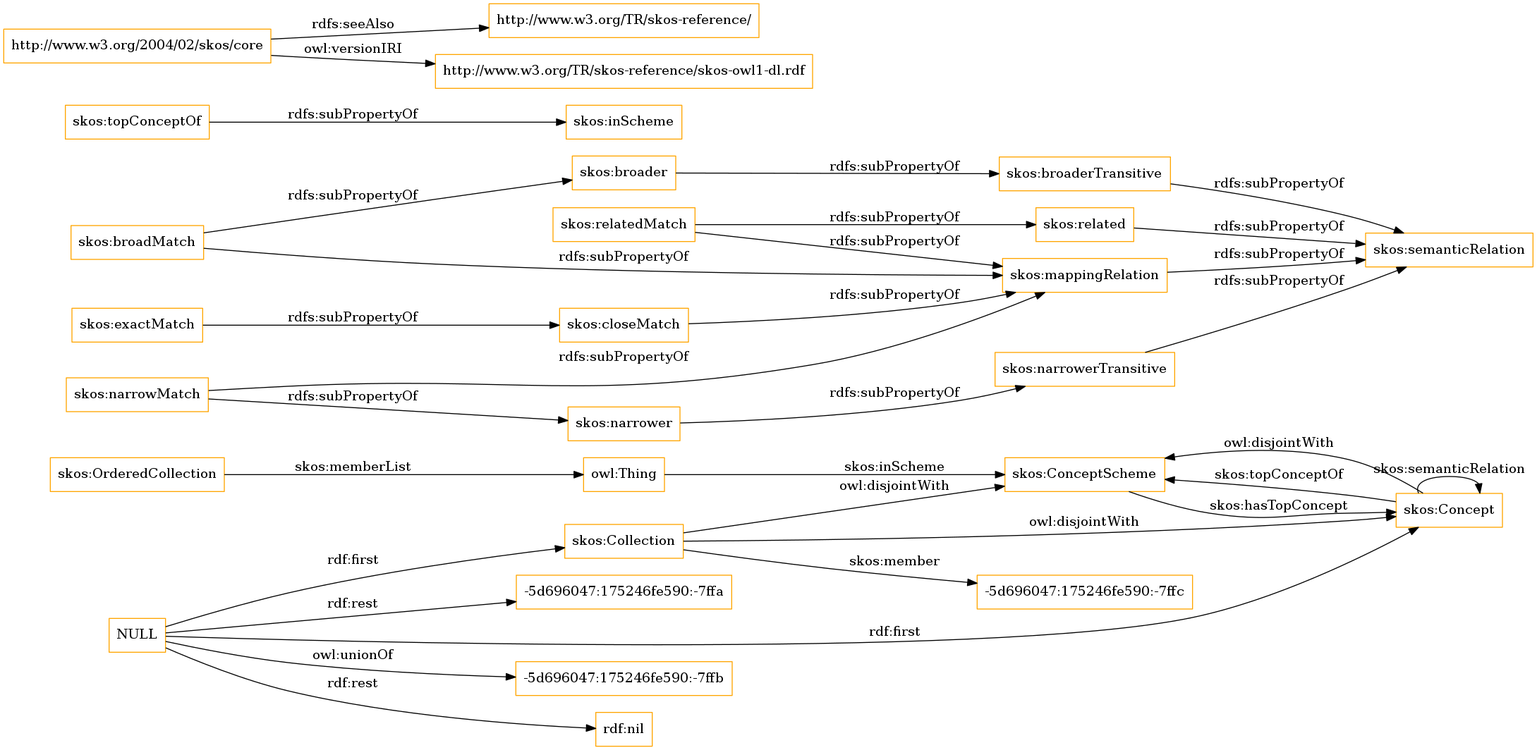
Above: OnToology/imports/skos.owl/diagrams/ar2dtool-class/skos.owl.png in OnToologyUser/core-ontology-1 (Graphviz), before the change. Its source is kept beside it as OnToology/imports/skos.owl/diagrams/ar2dtool-class/skos.owl.png.dot. Its diagram source:
```dot
digraph ar2dtool_diagram {
rankdir=LR;
size="1501"
node [shape = rectangle, color="orange"]; "skos:OrderedCollection" "skos:ConceptScheme" "skos:Concept" "skos:Collection" "-5d696047:175246fe590:-7ffc" ; /*classes style*/
	"skos:narrowerTransitive" -> "skos:semanticRelation" [ label = "rdfs:subPropertyOf" ];
	"NULL" -> "-5d696047:175246fe590:-7ffb" [ label = "owl:unionOf" ];
	"NULL" -> "rdf:nil" [ label = "rdf:rest" ];
	"NULL" -> "skos:Concept" [ label = "rdf:first" ];
	"NULL" -> "-5d696047:175246fe590:-7ffa" [ label = "rdf:rest" ];
	"NULL" -> "skos:Collection" [ label = "rdf:first" ];
	"skos:closeMatch" -> "skos:mappingRelation" [ label = "rdfs:subPropertyOf" ];
	"skos:Concept" -> "skos:ConceptScheme" [ label = "owl:disjointWith" ];
	"skos:relatedMatch" -> "skos:related" [ label = "rdfs:subPropertyOf" ];
	"skos:relatedMatch" -> "skos:mappingRelation" [ label = "rdfs:subPropertyOf" ];
	"skos:related" -> "skos:semanticRelation" [ label = "rdfs:subPropertyOf" ];
	"skos:topConceptOf" -> "skos:inScheme" [ label = "rdfs:subPropertyOf" ];
	"skos:broadMatch" -> "skos:mappingRelation" [ label = "rdfs:subPropertyOf" ];
	"skos:broadMatch" -> "skos:broader" [ label = "rdfs:subPropertyOf" ];
	"skos:exactMatch" -> "skos:closeMatch" [ label = "rdfs:subPropertyOf" ];
	"skos:broaderTransitive" -> "skos:semanticRelation" [ label = "rdfs:subPropertyOf" ];
	"skos:broader" -> "skos:broaderTransitive" [ label = "rdfs:subPropertyOf" ];
	"skos:mappingRelation" -> "skos:semanticRelation" [ label = "rdfs:subPropertyOf" ];
	"http://www.w3.org/2004/02/skos/core" -> "http://www.w3.org/TR/skos-reference/" [ label = "rdfs:seeAlso" ];
	"http://www.w3.org/2004/02/skos/core" -> "http://www.w3.org/TR/skos-reference/skos-owl1-dl.rdf" [ label = "owl:versionIRI" ];
	"skos:Collection" -> "skos:ConceptScheme" [ label = "owl:disjointWith" ];
	"skos:Collection" -> "skos:Concept" [ label = "owl:disjointWith" ];
	"skos:narrower" -> "skos:narrowerTransitive" [ label = "rdfs:subPropertyOf" ];
	"skos:narrowMatch" -> "skos:narrower" [ label = "rdfs:subPropertyOf" ];
	"skos:narrowMatch" -> "skos:mappingRelation" [ label = "rdfs:subPropertyOf" ];
	"skos:OrderedCollection" -> "owl:Thing" [ label = "skos:memberList" ];
	"skos:Concept" -> "skos:ConceptScheme" [ label = "skos:topConceptOf" ];
	"skos:Concept" -> "skos:Concept" [ label = "skos:semanticRelation" ];
	"skos:Collection" -> "-5d696047:175246fe590:-7ffc" [ label = "skos:member" ];
	"skos:ConceptScheme" -> "skos:Concept" [ label = "skos:hasTopConcept" ];
	"owl:Thing" -> "skos:ConceptScheme" [ label = "skos:inScheme" ];

}
```
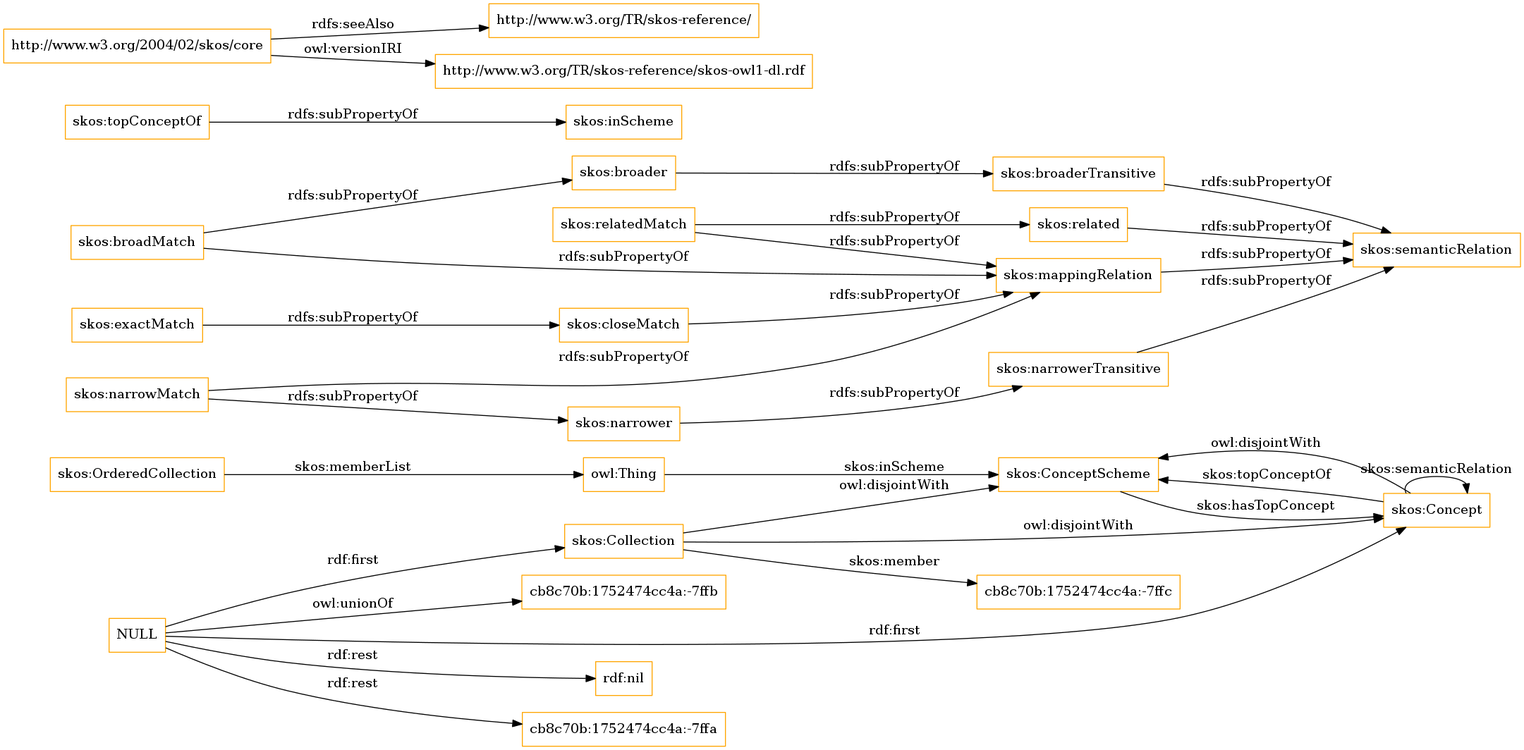
Later version of the same file.

Change to the diagram source:
```diff
@@ -1,13 +1,13 @@
 digraph ar2dtool_diagram {
 rankdir=LR;
 size="1501"
-node [shape = rectangle, color="orange"]; "skos:OrderedCollection" "skos:ConceptScheme" "skos:Concept" "skos:Collection" "-5d696047:175246fe590:-7ffc" ; /*classes style*/
+node [shape = rectangle, color="orange"]; "skos:OrderedCollection" "skos:ConceptScheme" "skos:Concept" "skos:Collection" "cb8c70b:1752474cc4a:-7ffc" ; /*classes style*/
 	"skos:narrowerTransitive" -> "skos:semanticRelation" [ label = "rdfs:subPropertyOf" ];
-	"NULL" -> "-5d696047:175246fe590:-7ffb" [ label = "owl:unionOf" ];
 	"NULL" -> "rdf:nil" [ label = "rdf:rest" ];
 	"NULL" -> "skos:Concept" [ label = "rdf:first" ];
-	"NULL" -> "-5d696047:175246fe590:-7ffa" [ label = "rdf:rest" ];
+	"NULL" -> "cb8c70b:1752474cc4a:-7ffa" [ label = "rdf:rest" ];
 	"NULL" -> "skos:Collection" [ label = "rdf:first" ];
+	"NULL" -> "cb8c70b:1752474cc4a:-7ffb" [ label = "owl:unionOf" ];
 	"skos:closeMatch" -> "skos:mappingRelation" [ label = "rdfs:subPropertyOf" ];
 	"skos:Concept" -> "skos:ConceptScheme" [ label = "owl:disjointWith" ];
 	"skos:relatedMatch" -> "skos:related" [ label = "rdfs:subPropertyOf" ];
@@ -30,7 +30,7 @@
 	"skos:OrderedCollection" -> "owl:Thing" [ label = "skos:memberList" ];
 	"skos:Concept" -> "skos:ConceptScheme" [ label = "skos:topConceptOf" ];
 	"skos:Concept" -> "skos:Concept" [ label = "skos:semanticRelation" ];
-	"skos:Collection" -> "-5d696047:175246fe590:-7ffc" [ label = "skos:member" ];
+	"skos:Collection" -> "cb8c70b:1752474cc4a:-7ffc" [ label = "skos:member" ];
 	"skos:ConceptScheme" -> "skos:Concept" [ label = "skos:hasTopConcept" ];
 	"owl:Thing" -> "skos:ConceptScheme" [ label = "skos:inScheme" ];
 
```
